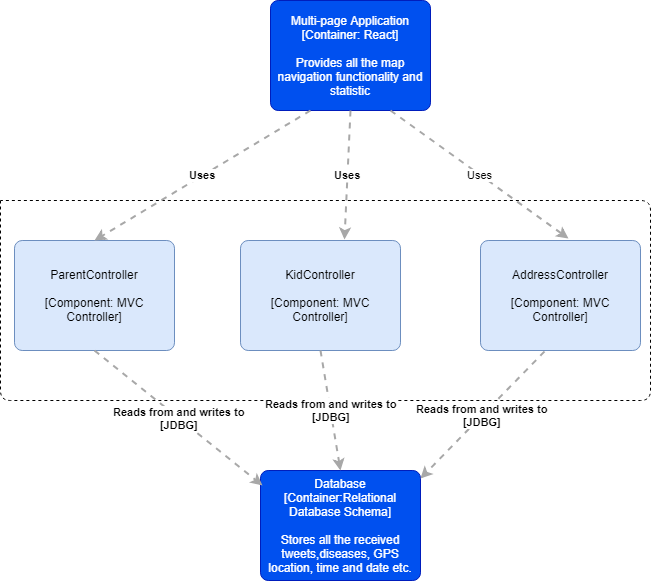
robertzanceanu/KiMo keeps this draw.io diagram as Arhitectura/DiagramaComponent.png. Above is the earlier version. Source tidied: cells renumbered, new cells last; positions are measured from the earlier drawing's top-left corner, leaving out a move shared by most shapes. Its diagram source:
```xml
<mxGraphModel background="#ffffff">
  <root>
    <mxCell id="0" />
    <mxCell id="1" parent="0" />
    <object id="2" label="Multi-page Application&lt;br&gt;&lt;div&gt;[Container: React]&lt;/div&gt;&lt;div&gt;&lt;br&gt;&lt;/div&gt;&lt;div&gt;Provides all the map navigation functionality and statistic&lt;br&gt;&lt;/div&gt;" c4Description="Beschreibung" c4Name="name" c4Type="SoftwareSystem" placeholders="1">
      <mxCell style="rounded=1;whiteSpace=wrap;html=1;labelBackgroundColor=none;fillColor=#0050ef;fontColor=#ffffff;align=center;arcSize=7;strokeColor=#001DBC;" parent="1" vertex="1">
        <mxGeometry x="270" width="160" height="110" as="geometry" />
      </mxCell>
    </object>
    <object id="3" label="Database&lt;br&gt;[Container:Relational Database Schema]&lt;div&gt;&lt;br&gt;&lt;/div&gt;&lt;div&gt;Stores all the received tweets,diseases, GPS location, time and date etc.&lt;br&gt;&lt;/div&gt;" c4Description="Beschreibung" c4Name="name" c4Type="SoftwareSystem" placeholders="1">
      <mxCell style="rounded=1;whiteSpace=wrap;html=1;labelBackgroundColor=none;fillColor=#0050ef;fontColor=#ffffff;align=center;arcSize=7;strokeColor=#001DBC;" parent="1" vertex="1">
        <mxGeometry x="260" y="470" width="160" height="110" as="geometry" />
      </mxCell>
    </object>
    <mxCell id="4" style="endArrow=none;dashed=1;html=1;" parent="1" edge="1">
      <mxGeometry relative="1" as="geometry">
        <mxPoint y="200" as="sourcePoint" />
        <mxPoint y="200" as="targetPoint" />
        <Array as="points">
          <mxPoint y="400" />
          <mxPoint x="650" y="400" />
          <mxPoint x="650" y="200" />
        </Array>
      </mxGeometry>
    </mxCell>
    <object id="5" label="ParentController&lt;br&gt;&lt;div&gt;&lt;br&gt;&lt;/div&gt;&lt;div&gt;[Component: MVC Controller]&lt;br&gt;&lt;/div&gt;" c4Description="Beschreibung" c4Name="name" c4Type="SoftwareSystem" placeholders="1">
      <mxCell style="rounded=1;whiteSpace=wrap;html=1;labelBackgroundColor=none;fillColor=#dae8fc;fontColor=#000000;align=center;arcSize=7;strokeColor=#6c8ebf;" parent="1" vertex="1">
        <mxGeometry x="14" y="240" width="160" height="110" as="geometry" />
      </mxCell>
    </object>
    <mxCell id="6" value="&lt;div style=&quot;text-align: left&quot;&gt;&lt;div style=&quot;text-align: center&quot;&gt;&lt;b&gt;Uses&lt;/b&gt;&lt;/div&gt;&lt;/div&gt;" style="edgeStyle=none;rounded=0;html=1;entryX=0.5;entryY=0;jettySize=auto;strokeColor=#A8A8A8;strokeWidth=2;fontColor=#000000;jumpStyle=none;dashed=1;exitX=0.25;exitY=1;exitDx=0;exitDy=0;entryDx=0;entryDy=0;" parent="1" edge="1" source="2" target="5">
      <mxGeometry relative="1" as="geometry" />
    </mxCell>
    <object id="7" label="KidController&lt;br&gt;&lt;br&gt;&lt;div&gt;[Component: MVC Controller]&lt;br&gt;&lt;/div&gt;" c4Description="Beschreibung" c4Name="name" c4Type="SoftwareSystem" placeholders="1">
      <mxCell style="rounded=1;whiteSpace=wrap;html=1;labelBackgroundColor=none;fillColor=#dae8fc;fontColor=#000000;align=center;arcSize=7;strokeColor=#6c8ebf;" parent="1" vertex="1">
        <mxGeometry x="240" y="240" width="160" height="110" as="geometry" />
      </mxCell>
    </object>
    <object id="8" label="AddressController&lt;br&gt;&lt;br&gt;[Component: MVC Controller]&lt;br&gt;" c4Description="Beschreibung" c4Name="name" c4Type="SoftwareSystem" placeholders="1">
      <mxCell style="rounded=1;whiteSpace=wrap;html=1;labelBackgroundColor=none;fillColor=#dae8fc;fontColor=#000000;align=center;arcSize=7;strokeColor=#6c8ebf;" parent="1" vertex="1">
        <mxGeometry x="480" y="240" width="160" height="110" as="geometry" />
      </mxCell>
    </object>
    <mxCell id="9" value="&lt;div style=&quot;text-align: left&quot;&gt;&lt;div style=&quot;text-align: center&quot;&gt;&lt;b&gt;Uses&lt;/b&gt;&lt;/div&gt;&lt;/div&gt;" style="edgeStyle=none;rounded=0;html=1;entryX=0.65;entryY=-0.009;jettySize=auto;strokeColor=#A8A8A8;strokeWidth=2;fontColor=#000000;jumpStyle=none;dashed=1;exitX=0.5;exitY=1;exitDx=0;exitDy=0;entryDx=0;entryDy=0;entryPerimeter=0;" parent="1" edge="1" source="2" target="7">
      <mxGeometry relative="1" as="geometry" />
    </mxCell>
    <mxCell id="10" value="&lt;div style=&quot;text-align: left&quot;&gt;&lt;div style=&quot;text-align: center&quot;&gt;Uses&lt;/div&gt;&lt;/div&gt;" style="edgeStyle=none;rounded=0;html=1;entryX=0.55;entryY=-0.018;jettySize=auto;strokeColor=#A8A8A8;strokeWidth=2;fontColor=#000000;jumpStyle=none;dashed=1;entryDx=0;entryDy=0;entryPerimeter=0;" parent="1" edge="1" target="8">
      <mxGeometry relative="1" as="geometry">
        <mxPoint x="390" y="110" as="sourcePoint" />
      </mxGeometry>
    </mxCell>
    <mxCell id="11" value="&lt;div style=&quot;text-align: left&quot;&gt;&lt;div style=&quot;text-align: center&quot;&gt;&lt;b&gt;Reads from and writes to&lt;/b&gt;&lt;/div&gt;&lt;div style=&quot;text-align: center&quot;&gt;&lt;b&gt;[JDBG]&lt;/b&gt;&lt;/div&gt;&lt;/div&gt;" style="edgeStyle=none;rounded=0;html=1;jettySize=auto;strokeColor=#A8A8A8;strokeWidth=2;fontColor=#000000;jumpStyle=none;dashed=1;exitX=0.5;exitY=1;exitDx=0;exitDy=0;entryX=0.013;entryY=0.136;entryDx=0;entryDy=0;entryPerimeter=0;" parent="1" edge="1" source="5" target="3">
      <mxGeometry relative="1" as="geometry" />
    </mxCell>
    <mxCell id="12" value="&lt;div style=&quot;text-align: left&quot;&gt;&lt;div style=&quot;text-align: center&quot;&gt;&lt;div&gt;&lt;b&gt;Reads from and writes to&lt;/b&gt;&lt;/div&gt;&lt;div&gt;&lt;b&gt;[JDBG]&lt;/b&gt;&lt;/div&gt;&lt;/div&gt;&lt;/div&gt;" style="edgeStyle=none;rounded=0;html=1;jettySize=auto;strokeColor=#A8A8A8;strokeWidth=2;fontColor=#000000;jumpStyle=none;dashed=1;exitX=0.5;exitY=1;exitDx=0;exitDy=0;entryX=0.5;entryY=0;entryDx=0;entryDy=0;" parent="1" edge="1" source="7" target="3">
      <mxGeometry relative="1" as="geometry" />
    </mxCell>
    <mxCell id="13" value="&lt;div style=&quot;text-align: left&quot;&gt;&lt;div style=&quot;text-align: center&quot;&gt;&lt;div&gt;&lt;b&gt;Reads from and writes to&lt;/b&gt;&lt;/div&gt;&lt;div&gt;&lt;b&gt;[JDBG]&lt;/b&gt;&lt;/div&gt;&lt;/div&gt;&lt;/div&gt;" style="edgeStyle=none;rounded=0;html=1;entryX=1;entryY=0.073;jettySize=auto;strokeColor=#A8A8A8;strokeWidth=2;fontColor=#000000;jumpStyle=none;dashed=1;exitX=0.4;exitY=1.009;exitDx=0;exitDy=0;exitPerimeter=0;entryDx=0;entryDy=0;entryPerimeter=0;" parent="1" edge="1" source="8" target="3">
      <mxGeometry relative="1" as="geometry" />
    </mxCell>
  </root>
</mxGraphModel>
```
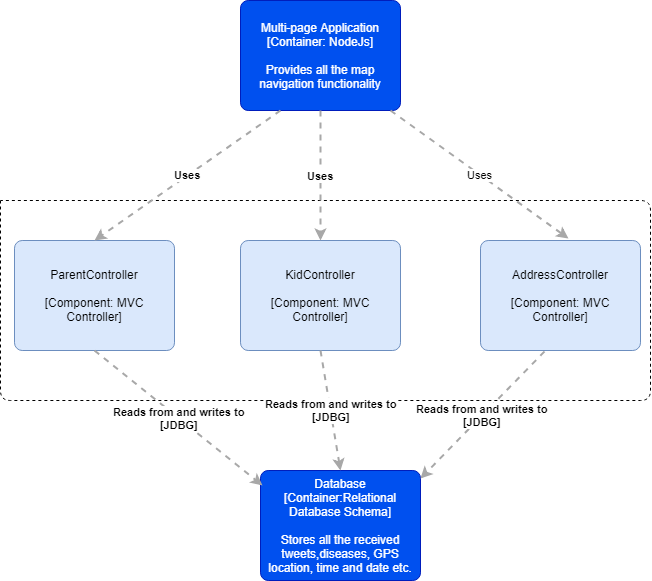
Above is the later version.

Commit message:
poze cu diagrama de context

Diff of the diagram source:
```diff
@@ -2,9 +2,9 @@
   <root>
     <mxCell id="0" />
     <mxCell id="1" parent="0" />
-    <object id="2" label="Multi-page Application&lt;br&gt;&lt;div&gt;[Container: React]&lt;/div&gt;&lt;div&gt;&lt;br&gt;&lt;/div&gt;&lt;div&gt;Provides all the map navigation functionality and statistic&lt;br&gt;&lt;/div&gt;" c4Description="Beschreibung" c4Name="name" c4Type="SoftwareSystem" placeholders="1">
+    <object id="2" label="Multi-page Application&lt;br&gt;&lt;div&gt;[Container: NodeJs]&lt;/div&gt;&lt;div&gt;&lt;br&gt;&lt;/div&gt;&lt;div&gt;Provides all the map navigation functionality&lt;br&gt;&lt;/div&gt;" c4Description="Beschreibung" c4Name="name" c4Type="SoftwareSystem" placeholders="1">
       <mxCell style="rounded=1;whiteSpace=wrap;html=1;labelBackgroundColor=none;fillColor=#0050ef;fontColor=#ffffff;align=center;arcSize=7;strokeColor=#001DBC;" parent="1" vertex="1">
-        <mxGeometry x="270" width="160" height="110" as="geometry" />
+        <mxGeometry x="240" width="160" height="110" as="geometry" />
       </mxCell>
     </object>
     <object id="3" label="Database&lt;br&gt;[Container:Relational Database Schema]&lt;div&gt;&lt;br&gt;&lt;/div&gt;&lt;div&gt;Stores all the received tweets,diseases, GPS location, time and date etc.&lt;br&gt;&lt;/div&gt;" c4Description="Beschreibung" c4Name="name" c4Type="SoftwareSystem" placeholders="1">
@@ -41,7 +41,7 @@
         <mxGeometry x="480" y="240" width="160" height="110" as="geometry" />
       </mxCell>
     </object>
-    <mxCell id="9" value="&lt;div style=&quot;text-align: left&quot;&gt;&lt;div style=&quot;text-align: center&quot;&gt;&lt;b&gt;Uses&lt;/b&gt;&lt;/div&gt;&lt;/div&gt;" style="edgeStyle=none;rounded=0;html=1;entryX=0.65;entryY=-0.009;jettySize=auto;strokeColor=#A8A8A8;strokeWidth=2;fontColor=#000000;jumpStyle=none;dashed=1;exitX=0.5;exitY=1;exitDx=0;exitDy=0;entryDx=0;entryDy=0;entryPerimeter=0;" parent="1" edge="1" source="2" target="7">
+    <mxCell id="9" value="&lt;div style=&quot;text-align: left&quot;&gt;&lt;div style=&quot;text-align: center&quot;&gt;&lt;b&gt;Uses&lt;/b&gt;&lt;/div&gt;&lt;/div&gt;" style="edgeStyle=none;rounded=0;html=1;jettySize=auto;strokeColor=#A8A8A8;strokeWidth=2;fontColor=#000000;jumpStyle=none;dashed=1;exitX=0.5;exitY=1;exitDx=0;exitDy=0;" parent="1" edge="1" source="2" target="7">
       <mxGeometry relative="1" as="geometry" />
     </mxCell>
     <mxCell id="10" value="&lt;div style=&quot;text-align: left&quot;&gt;&lt;div style=&quot;text-align: center&quot;&gt;Uses&lt;/div&gt;&lt;/div&gt;" style="edgeStyle=none;rounded=0;html=1;entryX=0.55;entryY=-0.018;jettySize=auto;strokeColor=#A8A8A8;strokeWidth=2;fontColor=#000000;jumpStyle=none;dashed=1;entryDx=0;entryDy=0;entryPerimeter=0;" parent="1" edge="1" target="8">
```
